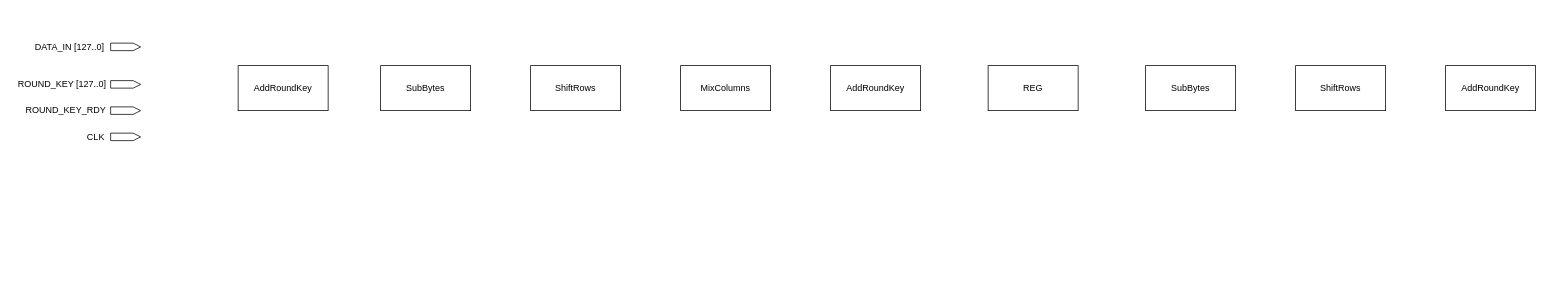
Before: Diagrams/AES_encrypt.drawio in hohaicongthuan/Project-1, a draw.io diagram. Source tidied: cells renumbered, new cells numbered last; positions are measured from the earlier drawing's top-left corner, leaving out a move shared by most shapes. Both pictures are drawn from the tidied source at 75%, with x=0, y=0 at pixel (13, 39).
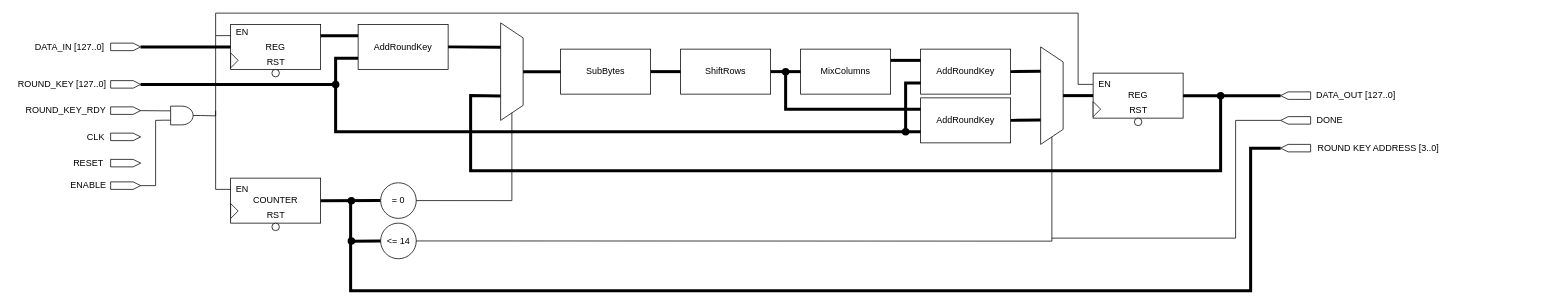
Above is the later version.

Commit message (it also covers changes not shown here):
Update AES encryption diagram

The change refers to these unchanged cells:
```xml
<mxCell id="2" style="shape=mxgraph.arrows2.arrow;verticalLabelPosition=bottom;shadow=0;dashed=0;align=center;html=1;verticalAlign=top;strokeWidth=1;dy=0;dx=10;notch=0;" parent="1" vertex="1">
  <mxGeometry x="130" y="5" width="40" height="10" as="geometry" />
</mxCell>
<mxCell id="4" style="shape=mxgraph.arrows2.arrow;verticalLabelPosition=bottom;shadow=0;dashed=0;align=center;html=1;verticalAlign=top;strokeWidth=1;dy=0;dx=10;notch=0;" parent="1" vertex="1">
  <mxGeometry x="130" y="55" width="40" height="10" as="geometry" />
</mxCell>
<mxCell id="17" style="shape=mxgraph.arrows2.arrow;verticalLabelPosition=bottom;shadow=0;dashed=0;align=center;html=1;verticalAlign=top;strokeWidth=1;dy=0;dx=10;notch=0;" parent="1" vertex="1">
  <mxGeometry x="130" y="90" width="40" height="10" as="geometry" />
</mxCell>
```

Diff of the diagram source:
```diff
@@
     <mxCell id="8" value="AddRoundKey" style="rounded=0;whiteSpace=wrap;html=1;" parent="1" vertex="1">
-      <mxGeometry x="300" y="35" width="120" height="60" as="geometry" />
+      <mxGeometry x="460" y="-20" width="120" height="60" as="geometry" />
     </mxCell>
     <mxCell id="9" value="SubBytes" style="rounded=0;whiteSpace=wrap;html=1;" parent="1" vertex="1">
-      <mxGeometry x="490" y="35" width="120" height="60" as="geometry" />
+      <mxGeometry x="730" y="13" width="120" height="60" as="geometry" />
     </mxCell>
     <mxCell id="10" value="ShiftRows" style="rounded=0;whiteSpace=wrap;html=1;" parent="1" vertex="1">
-      <mxGeometry x="690" y="35" width="120" height="60" as="geometry" />
+      <mxGeometry x="890" y="13" width="120" height="60" as="geometry" />
     </mxCell>
     <mxCell id="11" value="MixColumns" style="rounded=0;whiteSpace=wrap;html=1;" parent="1" vertex="1">
-      <mxGeometry x="890" y="35" width="120" height="60" as="geometry" />
+      <mxGeometry x="1050" y="13" width="120" height="60" as="geometry" />
     </mxCell>
     <mxCell id="12" value="AddRoundKey" style="rounded=0;whiteSpace=wrap;html=1;" parent="1" vertex="1">
-      <mxGeometry x="1090" y="35" width="120" height="60" as="geometry" />
+      <mxGeometry x="1210" y="13" width="120" height="60" as="geometry" />
     </mxCell>
-    <mxCell id="13" value="SubBytes" style="rounded=0;whiteSpace=wrap;html=1;" parent="1" vertex="1">
-      <mxGeometry x="1510" y="35" width="120" height="60" as="geometry" />
-    </mxCell>
-    <mxCell id="14" value="ShiftRows" style="rounded=0;whiteSpace=wrap;html=1;" parent="1" vertex="1">
-      <mxGeometry x="1710" y="35" width="120" height="60" as="geometry" />
-    </mxCell>
-    <mxCell id="15" value="AddRoundKey" style="rounded=0;whiteSpace=wrap;html=1;" parent="1" vertex="1">
-      <mxGeometry x="1910" y="35" width="120" height="60" as="geometry" />
-    </mxCell>
     <mxCell id="16" value="REG" style="rounded=0;whiteSpace=wrap;html=1;" parent="1" vertex="1">
-      <mxGeometry x="1300" y="35" width="120" height="60" as="geometry" />
+      <mxGeometry x="1440" y="45" width="120" height="60" as="geometry" />
     </mxCell>
@@
+    <mxCell id="19" value="RESET" style="text;html=1;align=center;verticalAlign=middle;strokeColor=none;" parent="1" vertex="1">
+      <mxGeometry x="70" y="155" width="60" height="20" as="geometry" />
+    </mxCell>
+    <mxCell id="20" style="shape=mxgraph.arrows2.arrow;verticalLabelPosition=bottom;shadow=0;dashed=0;align=center;html=1;verticalAlign=top;strokeWidth=1;dy=0;dx=10;notch=0;" parent="1" vertex="1">
+      <mxGeometry x="130" y="160" width="40" height="10" as="geometry" />
+    </mxCell>
+    <mxCell id="21" value="ENABLE" style="text;html=1;align=center;verticalAlign=middle;strokeColor=none;" parent="1" vertex="1">
+      <mxGeometry x="70" y="185" width="60" height="20" as="geometry" />
+    </mxCell>
+    <mxCell id="22" style="shape=mxgraph.arrows2.arrow;verticalLabelPosition=bottom;shadow=0;dashed=0;align=center;html=1;verticalAlign=top;strokeWidth=1;dy=0;dx=10;notch=0;" parent="1" vertex="1">
+      <mxGeometry x="130" y="190" width="40" height="10" as="geometry" />
+    </mxCell>
+    <mxCell id="23" value="REG" style="rounded=0;whiteSpace=wrap;html=1;" parent="1" vertex="1">
+      <mxGeometry x="290" y="-20" width="120" height="60" as="geometry" />
+    </mxCell>
+    <mxCell id="24" style="endArrow=none;html=1;exitX=1;exitY=0.25;exitDx=0;exitDy=0;entryX=0;entryY=0.25;entryDx=0;entryDy=0;strokeWidth=4;" parent="1" edge="1" source="23" target="8">
+      <mxGeometry relative="1" as="geometry" />
+    </mxCell>
+    <mxCell id="25" style="shape=trapezoid;perimeter=trapezoidPerimeter;whiteSpace=wrap;html=1;fixedSize=1;direction=south;" parent="1" vertex="1">
+      <mxGeometry x="650" y="-22" width="30" height="130" as="geometry" />
+    </mxCell>
+    <mxCell id="26" style="endArrow=none;html=1;strokeWidth=4;exitX=1;exitY=0.5;exitDx=0;exitDy=0;entryX=0.25;entryY=1;entryDx=0;entryDy=0;" parent="1" edge="1" source="8" target="25">
+      <mxGeometry relative="1" as="geometry" />
+    </mxCell>
+    <mxCell id="27" style="endArrow=none;html=1;strokeWidth=4;exitX=0.5;exitY=0;exitDx=0;exitDy=0;entryX=0;entryY=0.5;entryDx=0;entryDy=0;" parent="1" edge="1" source="25" target="9">
+      <mxGeometry relative="1" as="geometry" />
+    </mxCell>
+    <mxCell id="28" style="endArrow=none;html=1;strokeWidth=4;entryX=0;entryY=0.5;entryDx=0;entryDy=0;exitX=1;exitY=0.5;exitDx=0;exitDy=0;" parent="1" edge="1" source="9" target="10">
+      <mxGeometry relative="1" as="geometry" />
+    </mxCell>
+    <mxCell id="29" style="endArrow=none;html=1;strokeWidth=4;entryX=0;entryY=0.5;entryDx=0;entryDy=0;exitX=1;exitY=0.5;exitDx=0;exitDy=0;" parent="1" edge="1" source="10" target="11">
+      <mxGeometry relative="1" as="geometry" />
+    </mxCell>
+    <mxCell id="30" style="endArrow=none;html=1;strokeWidth=4;entryX=0;entryY=0.25;entryDx=0;entryDy=0;exitX=1;exitY=0.25;exitDx=0;exitDy=0;" parent="1" edge="1" source="11" target="12">
+      <mxGeometry relative="1" as="geometry" />
+    </mxCell>
+    <mxCell id="15" value="AddRoundKey" style="rounded=0;whiteSpace=wrap;html=1;" parent="1" vertex="1">
+      <mxGeometry x="1210" y="78" width="120" height="60" as="geometry" />
+    </mxCell>
+    <mxCell id="31" style="shape=trapezoid;perimeter=trapezoidPerimeter;whiteSpace=wrap;html=1;fixedSize=1;direction=south;" parent="1" vertex="1">
+      <mxGeometry x="1370" y="10" width="30" height="130" as="geometry" />
+    </mxCell>
+    <mxCell id="32" style="endArrow=none;html=1;strokeWidth=4;entryX=0.25;entryY=1;entryDx=0;entryDy=0;exitX=1;exitY=0.5;exitDx=0;exitDy=0;" parent="1" edge="1" source="12" target="31">
+      <mxGeometry relative="1" as="geometry" />
+    </mxCell>
+    <mxCell id="33" style="endArrow=none;html=1;strokeWidth=4;entryX=0.75;entryY=1;entryDx=0;entryDy=0;exitX=1;exitY=0.5;exitDx=0;exitDy=0;" parent="1" edge="1" source="15" target="31">
+      <mxGeometry relative="1" as="geometry" />
+    </mxCell>
+    <mxCell id="34" style="endArrow=none;html=1;strokeWidth=4;entryX=0;entryY=0.5;entryDx=0;entryDy=0;exitX=0.5;exitY=0;exitDx=0;exitDy=0;" parent="1" edge="1" source="31" target="16">
+      <mxGeometry relative="1" as="geometry" />
+    </mxCell>
+    <mxCell id="35" style="endArrow=none;html=1;strokeWidth=4;exitX=1;exitY=0.5;exitDx=0;exitDy=0;entryX=1;entryY=0.5;entryDx=0;entryDy=0;entryPerimeter=0;" parent="1" edge="1" source="16" target="51">
+      <mxGeometry relative="1" as="geometry" />
+    </mxCell>
+    <mxCell id="36" style="endArrow=none;html=1;strokeWidth=4;rounded=0;exitX=0.75;exitY=1;exitDx=0;exitDy=0;" parent="1" edge="1" source="25">
+      <mxGeometry relative="1" as="geometry">
+        <mxPoint x="1610" y="75" as="targetPoint" />
+        <Array as="points">
+          <mxPoint x="610" y="75" />
+          <mxPoint x="610" y="175" />
+          <mxPoint x="1610" y="175" />
+        </Array>
+      </mxGeometry>
+    </mxCell>
+    <mxCell id="37" style="endArrow=none;html=1;strokeWidth=4;entryX=0;entryY=0.25;entryDx=0;entryDy=0;rounded=0;" parent="1" edge="1" target="15">
+      <mxGeometry relative="1" as="geometry">
+        <mxPoint x="1030" y="45" as="sourcePoint" />
+        <Array as="points">
+          <mxPoint x="1030" y="93" />
+        </Array>
+      </mxGeometry>
+    </mxCell>
+    <mxCell id="38" style="endArrow=none;html=1;strokeWidth=4;exitX=1;exitY=0.5;exitDx=0;exitDy=0;exitPerimeter=0;entryX=0;entryY=0.5;entryDx=0;entryDy=0;" parent="1" edge="1" source="2" target="23">
+      <mxGeometry relative="1" as="geometry" />
+    </mxCell>
+    <mxCell id="39" style="endArrow=none;html=1;strokeWidth=4;entryX=0;entryY=0.75;entryDx=0;entryDy=0;exitX=1;exitY=0.5;exitDx=0;exitDy=0;exitPerimeter=0;rounded=0;" parent="1" edge="1" source="4" target="8">
+      <mxGeometry relative="1" as="geometry">
+        <Array as="points">
+          <mxPoint x="430" y="60" />
+          <mxPoint x="430" y="25" />
+        </Array>
+      </mxGeometry>
+    </mxCell>
+    <mxCell id="40" style="endArrow=none;html=1;strokeWidth=4;entryX=0;entryY=0.75;entryDx=0;entryDy=0;rounded=0;" parent="1" edge="1" target="15">
+      <mxGeometry relative="1" as="geometry">
+        <mxPoint x="430" y="55" as="sourcePoint" />
+        <Array as="points">
+          <mxPoint x="430" y="123" />
+        </Array>
+      </mxGeometry>
+    </mxCell>
+    <mxCell id="41" style="endArrow=none;html=1;strokeWidth=4;entryX=0;entryY=0.75;entryDx=0;entryDy=0;rounded=0;" parent="1" edge="1" target="12">
+      <mxGeometry relative="1" as="geometry">
+        <mxPoint x="1190" y="125" as="sourcePoint" />
+        <Array as="points">
+          <mxPoint x="1190" y="58" />
+        </Array>
+      </mxGeometry>
+    </mxCell>
+    <mxCell id="42" style="verticalLabelPosition=bottom;shadow=0;dashed=0;align=center;html=1;verticalAlign=top;shape=mxgraph.electrical.logic_gates.logic_gate;operation=and;" parent="1" vertex="1">
+      <mxGeometry x="200" y="89" width="50" height="25" as="geometry" />
+    </mxCell>
+    <mxCell id="43" style="endArrow=none;html=1;strokeWidth=1;exitX=1;exitY=0.5;exitDx=0;exitDy=0;exitPerimeter=0;entryX=0;entryY=0.25;entryDx=0;entryDy=0;entryPerimeter=0;" parent="1" edge="1" source="17" target="42">
+      <mxGeometry relative="1" as="geometry" />
+    </mxCell>
+    <mxCell id="44" style="endArrow=none;html=1;strokeWidth=1;exitX=1;exitY=0.5;exitDx=0;exitDy=0;exitPerimeter=0;entryX=0;entryY=0.75;entryDx=0;entryDy=0;entryPerimeter=0;rounded=0;" parent="1" edge="1" source="22" target="42">
+      <mxGeometry relative="1" as="geometry">
+        <Array as="points">
+          <mxPoint x="190" y="195" />
+          <mxPoint x="190" y="108" />
+        </Array>
+      </mxGeometry>
+    </mxCell>
+    <mxCell id="45" style="endArrow=none;html=1;strokeWidth=1;entryX=0;entryY=0.25;entryDx=0;entryDy=0;exitX=1;exitY=0.5;exitDx=0;exitDy=0;exitPerimeter=0;rounded=0;" parent="1" edge="1" source="42" target="23">
+      <mxGeometry relative="1" as="geometry">
+        <Array as="points">
+          <mxPoint x="270" y="102" />
+          <mxPoint x="270" y="-5" />
+        </Array>
+      </mxGeometry>
+    </mxCell>
+    <mxCell id="46" value="EN" style="text;html=1;align=center;verticalAlign=middle;strokeColor=none;" parent="1" vertex="1">
+      <mxGeometry x="290" y="-20" width="30" height="20" as="geometry" />
+    </mxCell>
+    <mxCell id="47" style="endArrow=none;html=1;strokeWidth=1;entryX=0;entryY=0.25;entryDx=0;entryDy=0;rounded=0;" parent="1" edge="1" target="16">
+      <mxGeometry relative="1" as="geometry">
+        <mxPoint x="270" y="-5" as="sourcePoint" />
+        <Array as="points">
+          <mxPoint x="270" y="-35" />
+          <mxPoint x="1420" y="-35" />
+          <mxPoint x="1420" y="60" />
+        </Array>
+      </mxGeometry>
+    </mxCell>
+    <mxCell id="48" value="EN" style="text;html=1;align=center;verticalAlign=middle;strokeColor=none;" parent="1" vertex="1">
+      <mxGeometry x="1440" y="50" width="30" height="20" as="geometry" />
+    </mxCell>
+    <mxCell id="49" value="COUNTER" style="rounded=0;whiteSpace=wrap;html=1;" parent="1" vertex="1">
+      <mxGeometry x="290" y="185" width="120" height="60" as="geometry" />
+    </mxCell>
+    <mxCell id="50" style="endArrow=none;html=1;strokeWidth=1;entryX=0;entryY=0.25;entryDx=0;entryDy=0;rounded=0;" parent="1" edge="1" target="49">
+      <mxGeometry relative="1" as="geometry">
+        <mxPoint x="270" y="95" as="sourcePoint" />
+        <Array as="points">
+          <mxPoint x="270" y="200" />
+        </Array>
+      </mxGeometry>
+    </mxCell>
+    <mxCell id="51" style="shape=mxgraph.arrows2.arrow;verticalLabelPosition=bottom;shadow=0;dashed=0;align=center;html=1;verticalAlign=top;strokeWidth=1;dy=0;dx=10;notch=0;flipH=1;" parent="1" vertex="1">
+      <mxGeometry x="1690" y="70" width="40" height="10" as="geometry" />
+    </mxCell>
+    <mxCell id="52" value="DATA_OUT [127..0]" style="text;html=1;align=center;verticalAlign=middle;strokeColor=none;" parent="1" vertex="1">
+      <mxGeometry x="1730" y="65" width="120" height="20" as="geometry" />
+    </mxCell>
+    <mxCell id="53" style="shape=mxgraph.arrows2.arrow;verticalLabelPosition=bottom;shadow=0;dashed=0;align=center;html=1;verticalAlign=top;strokeWidth=1;dy=0;dx=10;notch=0;flipH=1;" parent="1" vertex="1">
+      <mxGeometry x="1690" y="103" width="40" height="10" as="geometry" />
+    </mxCell>
+    <mxCell id="54" value="DONE" style="text;html=1;align=center;verticalAlign=middle;strokeColor=none;" parent="1" vertex="1">
+      <mxGeometry x="1730" y="98" width="50" height="20" as="geometry" />
+    </mxCell>
+    <mxCell id="55" style="shape=mxgraph.arrows2.arrow;verticalLabelPosition=bottom;shadow=0;dashed=0;align=center;html=1;verticalAlign=top;strokeWidth=1;dy=0;dx=10;notch=0;flipH=1;" parent="1" vertex="1">
+      <mxGeometry x="1690" y="140" width="40" height="10" as="geometry" />
+    </mxCell>
+    <mxCell id="56" value="ROUND KEY ADDRESS [3..0]" style="text;html=1;align=center;verticalAlign=middle;strokeColor=none;" parent="1" vertex="1">
+      <mxGeometry x="1730" y="135" width="180" height="20" as="geometry" />
+    </mxCell>
+    <mxCell id="57" style="ellipse;whiteSpace=wrap;html=1;strokeColor=none;fillColor=#000000;" parent="1" vertex="1">
+      <mxGeometry x="1185" y="118" width="10" height="10" as="geometry" />
+    </mxCell>
+    <mxCell id="58" style="ellipse;whiteSpace=wrap;html=1;strokeColor=none;fillColor=#000000;" parent="1" vertex="1">
+      <mxGeometry x="1025" y="38" width="10" height="10" as="geometry" />
+    </mxCell>
+    <mxCell id="59" style="ellipse;whiteSpace=wrap;html=1;strokeColor=none;fillColor=#000000;" parent="1" vertex="1">
+      <mxGeometry x="425" y="55" width="10" height="10" as="geometry" />
+    </mxCell>
+    <mxCell id="60" style="ellipse;whiteSpace=wrap;html=1;strokeColor=none;fillColor=#000000;" parent="1" vertex="1">
+      <mxGeometry x="1605" y="70" width="10" height="10" as="geometry" />
+    </mxCell>
+    <mxCell id="61" style="endArrow=none;html=1;strokeWidth=4;exitX=1;exitY=0.5;exitDx=0;exitDy=0;" parent="1" edge="1" source="49" target="62">
+      <mxGeometry relative="1" as="geometry" />
+    </mxCell>
+    <mxCell id="62" value="= 0" style="ellipse;whiteSpace=wrap;html=1;fillColor=#FFFFFF;" parent="1" vertex="1">
+      <mxGeometry x="490" y="191.2" width="47.5" height="47.5" as="geometry" />
+    </mxCell>
+    <mxCell id="63" value="&amp;lt;= 14" style="ellipse;whiteSpace=wrap;html=1;fillColor=#FFFFFF;" parent="1" vertex="1">
+      <mxGeometry x="490" y="245" width="47.5" height="47.5" as="geometry" />
+    </mxCell>
+    <mxCell id="64" style="endArrow=none;html=1;strokeWidth=1;rounded=0;entryX=1;entryY=0.5;entryDx=0;entryDy=0;exitX=1;exitY=0.5;exitDx=0;exitDy=0;" parent="1" edge="1" source="62" target="25">
+      <mxGeometry relative="1" as="geometry">
+        <Array as="points">
+          <mxPoint x="665" y="215" />
+        </Array>
+      </mxGeometry>
+    </mxCell>
+    <mxCell id="65" style="endArrow=none;html=1;strokeWidth=1;exitX=1;exitY=0.5;exitDx=0;exitDy=0;entryX=1;entryY=0.5;entryDx=0;entryDy=0;rounded=0;" parent="1" edge="1" source="63" target="31">
+      <mxGeometry relative="1" as="geometry">
+        <Array as="points">
+          <mxPoint x="1385" y="269" />
+        </Array>
+      </mxGeometry>
+    </mxCell>
+    <mxCell id="66" style="endArrow=none;html=1;strokeWidth=4;entryX=0;entryY=0.5;entryDx=0;entryDy=0;rounded=0;" parent="1" edge="1" target="63">
+      <mxGeometry relative="1" as="geometry">
+        <mxPoint x="450" y="215" as="sourcePoint" />
+        <Array as="points">
+          <mxPoint x="450" y="269" />
+        </Array>
+      </mxGeometry>
+    </mxCell>
+    <mxCell id="67" style="endArrow=none;html=1;strokeWidth=4;rounded=0;entryX=1;entryY=0.5;entryDx=0;entryDy=0;entryPerimeter=0;" parent="1" edge="1" target="55">
+      <mxGeometry relative="1" as="geometry">
+        <mxPoint x="450" y="265" as="sourcePoint" />
+        <Array as="points">
+          <mxPoint x="450" y="335" />
+          <mxPoint x="1650" y="335" />
+          <mxPoint x="1650" y="145" />
+        </Array>
+      </mxGeometry>
+    </mxCell>
+    <mxCell id="68" style="endArrow=none;html=1;strokeWidth=1;entryX=1;entryY=0.5;entryDx=0;entryDy=0;entryPerimeter=0;rounded=0;" parent="1" edge="1" target="53">
+      <mxGeometry relative="1" as="geometry">
+        <mxPoint x="1385" y="265" as="sourcePoint" />
+        <Array as="points">
+          <mxPoint x="1630" y="265" />
+          <mxPoint x="1630" y="108" />
+        </Array>
+      </mxGeometry>
+    </mxCell>
+    <mxCell id="69" value="EN" style="text;html=1;align=center;verticalAlign=middle;strokeColor=none;" parent="1" vertex="1">
+      <mxGeometry x="290" y="190" width="30" height="20" as="geometry" />
+    </mxCell>
+    <mxCell id="70" value="RST" style="text;html=1;align=center;verticalAlign=middle;strokeColor=none;" parent="1" vertex="1">
+      <mxGeometry x="330" y="225" width="40" height="20" as="geometry" />
+    </mxCell>
+    <mxCell id="71" value="RST" style="text;html=1;align=center;verticalAlign=middle;strokeColor=none;" parent="1" vertex="1">
+      <mxGeometry x="330" y="20" width="40" height="20" as="geometry" />
+    </mxCell>
+    <mxCell id="72" style="triangle;whiteSpace=wrap;html=1;fillColor=#FFFFFF;" parent="1" vertex="1">
+      <mxGeometry x="290" y="18" width="10" height="20" as="geometry" />
+    </mxCell>
+    <mxCell id="73" style="triangle;whiteSpace=wrap;html=1;fillColor=#FFFFFF;" parent="1" vertex="1">
+      <mxGeometry x="290" y="218.8" width="10" height="20" as="geometry" />
+    </mxCell>
+    <mxCell id="74" style="triangle;whiteSpace=wrap;html=1;fillColor=#FFFFFF;" parent="1" vertex="1">
+      <mxGeometry x="1440" y="83" width="10" height="20" as="geometry" />
+    </mxCell>
+    <mxCell id="75" value="RST" style="text;html=1;align=center;verticalAlign=middle;strokeColor=none;" parent="1" vertex="1">
+      <mxGeometry x="1480" y="85" width="40" height="20" as="geometry" />
+    </mxCell>
+    <mxCell id="76" style="ellipse;whiteSpace=wrap;html=1;fillColor=#FFFFFF;" parent="1" vertex="1">
+      <mxGeometry x="345" y="40" width="10" height="10" as="geometry" />
+    </mxCell>
+    <mxCell id="77" style="ellipse;whiteSpace=wrap;html=1;fillColor=#FFFFFF;" parent="1" vertex="1">
+      <mxGeometry x="345" y="245" width="10" height="10" as="geometry" />
+    </mxCell>
+    <mxCell id="78" style="ellipse;whiteSpace=wrap;html=1;fillColor=#FFFFFF;" parent="1" vertex="1">
+      <mxGeometry x="1495" y="105" width="10" height="10" as="geometry" />
+    </mxCell>
+    <mxCell id="79" style="ellipse;whiteSpace=wrap;html=1;strokeColor=none;fillColor=#000000;" parent="1" vertex="1">
+      <mxGeometry x="446" y="210" width="10" height="10" as="geometry" />
+    </mxCell>
+    <mxCell id="80" style="ellipse;whiteSpace=wrap;html=1;strokeColor=none;fillColor=#000000;" parent="1" vertex="1">
+      <mxGeometry x="446" y="263.8" width="10" height="10" as="geometry" />
+    </mxCell>
```
